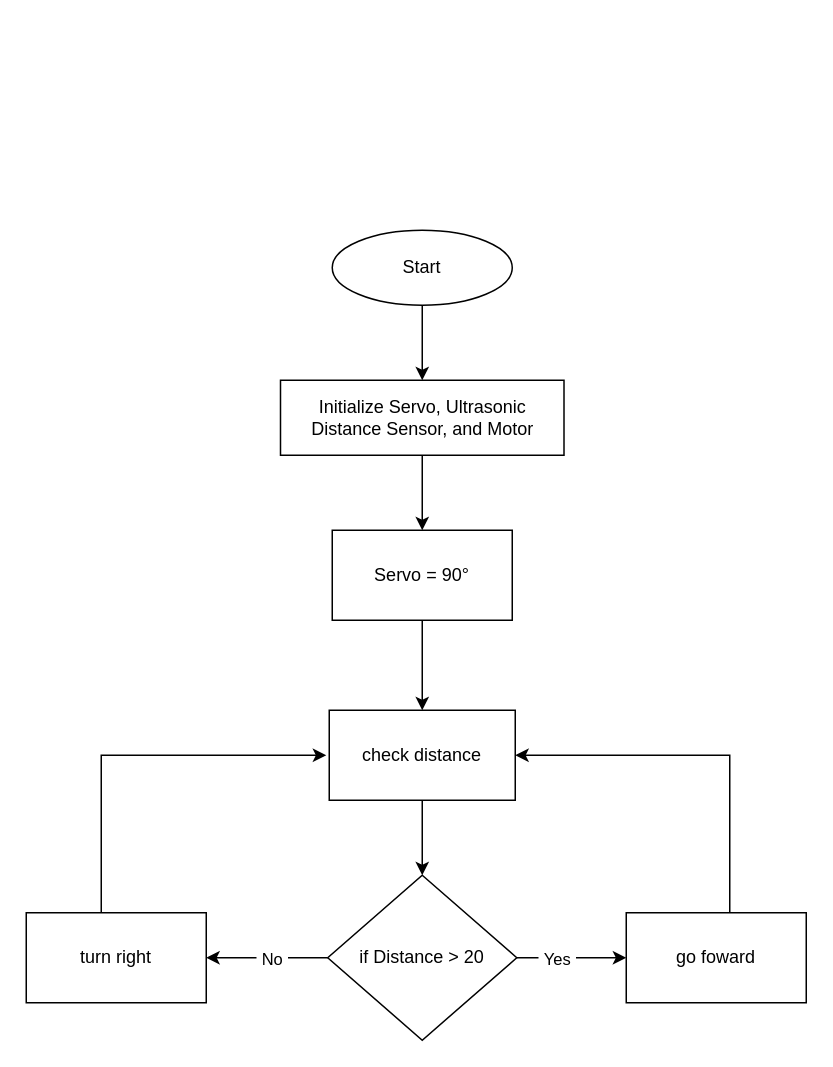
This is Untitled Diagram.drawio from MeghanRN/Meghan-Robotics-Crash-Course, a draw.io file, before an edit. Source tidied: cells renumbered, new cells numbered last; positions are measured from the earlier drawing's top-left corner, leaving out a move shared by most shapes. Both pictures are drawn from the tidied source at 150%, with x=0, y=0 at pixel (26, 230).
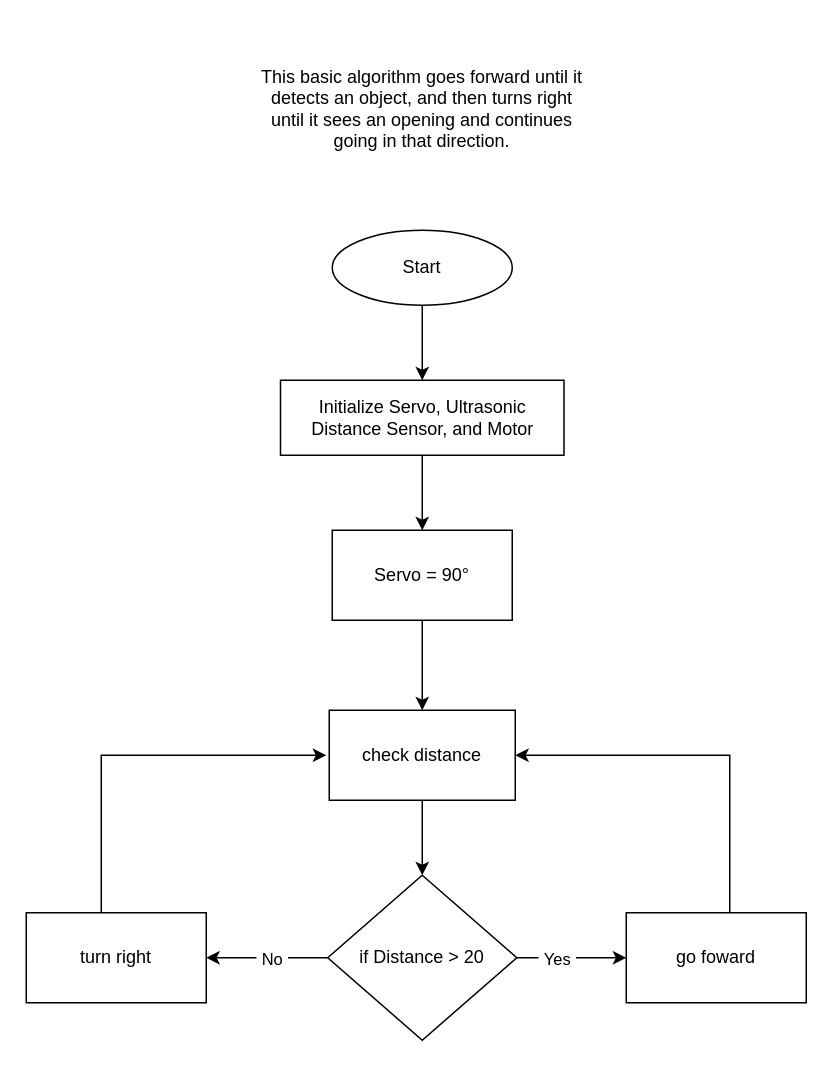
Above is the later version.

What changed in the source:
```diff
@@
+    <mxCell id="19" value="This basic algorithm goes forward until it detects an object, and then turns right until it sees an opening and continues going in that direction." style="text;html=1;strokeColor=none;fillColor=none;align=center;verticalAlign=middle;whiteSpace=wrap;rounded=0;" parent="1" vertex="1">
+      <mxGeometry x="154" y="-136" width="220" height="110" as="geometry" />
+    </mxCell>
```
